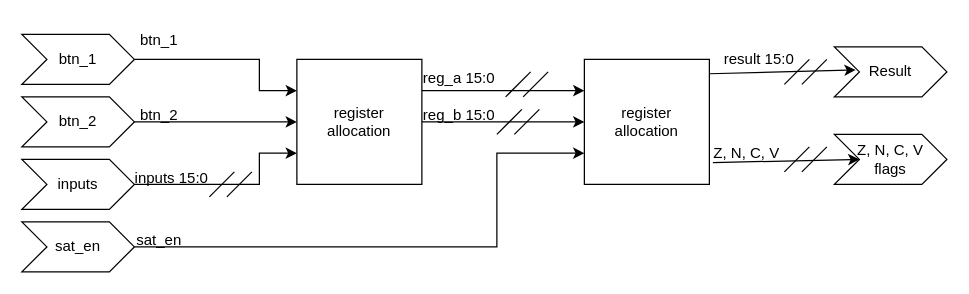
Above: 3a.drawio in Gaulgeous/Stock-Market-Prediction (draw.io), before the change. Source tidied: cells renumbered, new cells numbered last; positions are measured from the earlier drawing's top-left corner, leaving out a move shared by most shapes. Both pictures are drawn from the tidied source at 125%, with x=0, y=0 at pixel (21, 21).
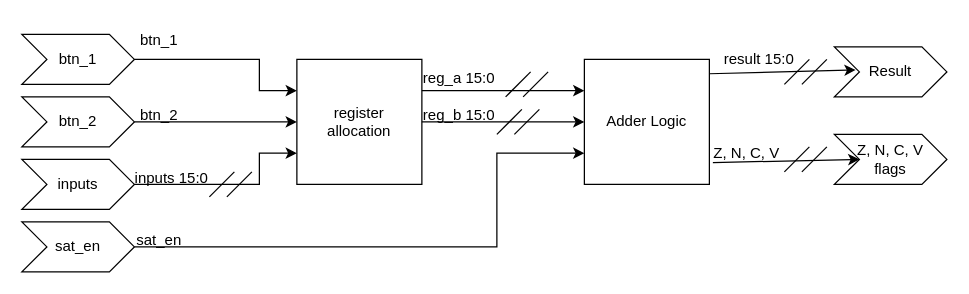
After the change.

What changed in the source:
```diff
@@
-    <mxCell id="9" value="register &lt;br&gt;allocation" style="whiteSpace=wrap;html=1;" parent="1" vertex="1">
+    <mxCell id="9" value="Adder Logic" style="whiteSpace=wrap;html=1;" parent="1" vertex="1">
       <mxGeometry x="450" y="30" width="100" height="100" as="geometry" />
     </mxCell>
```
